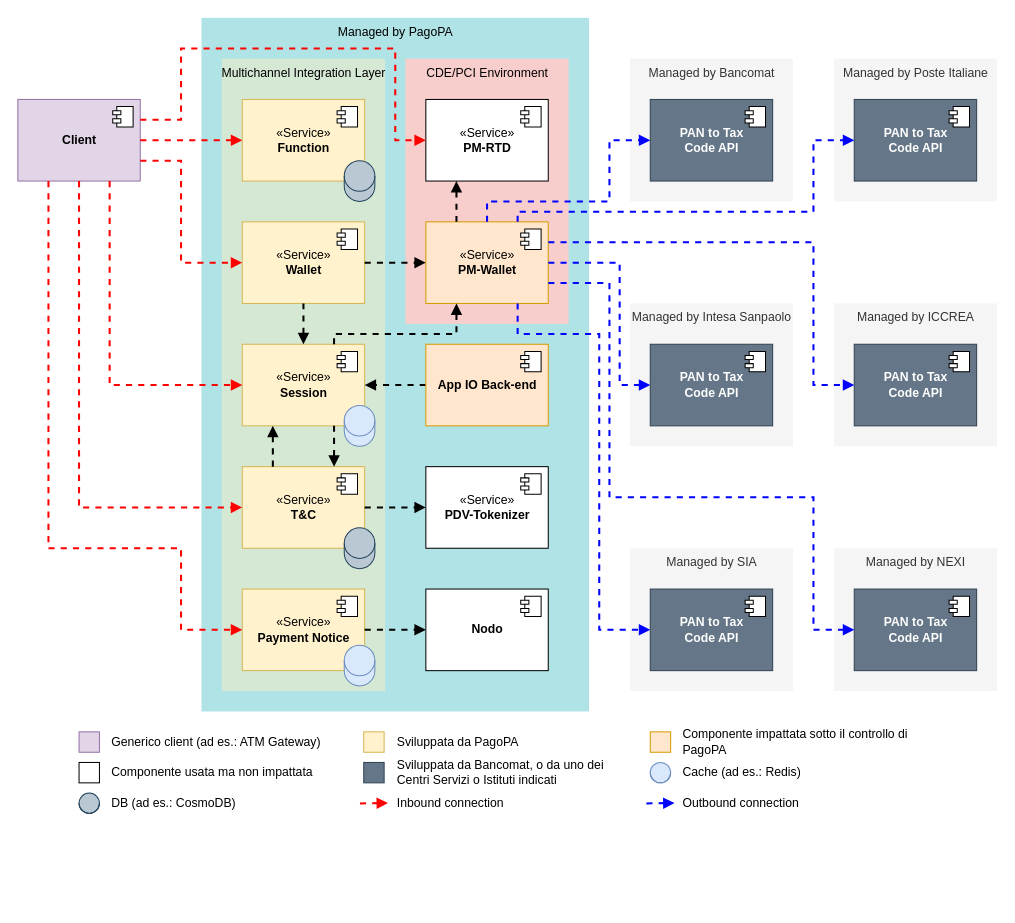
antoniotarricone/mil-apis keeps this draw.io diagram as component_diags/components.drawio. Above is the earlier version. Source tidied: cells renumbered, new cells numbered last; positions are measured from the earlier drawing's top-left corner, leaving out a move shared by most shapes. Both pictures are drawn from the tidied source at 102%, with x=0, y=0 at pixel (17, 17).
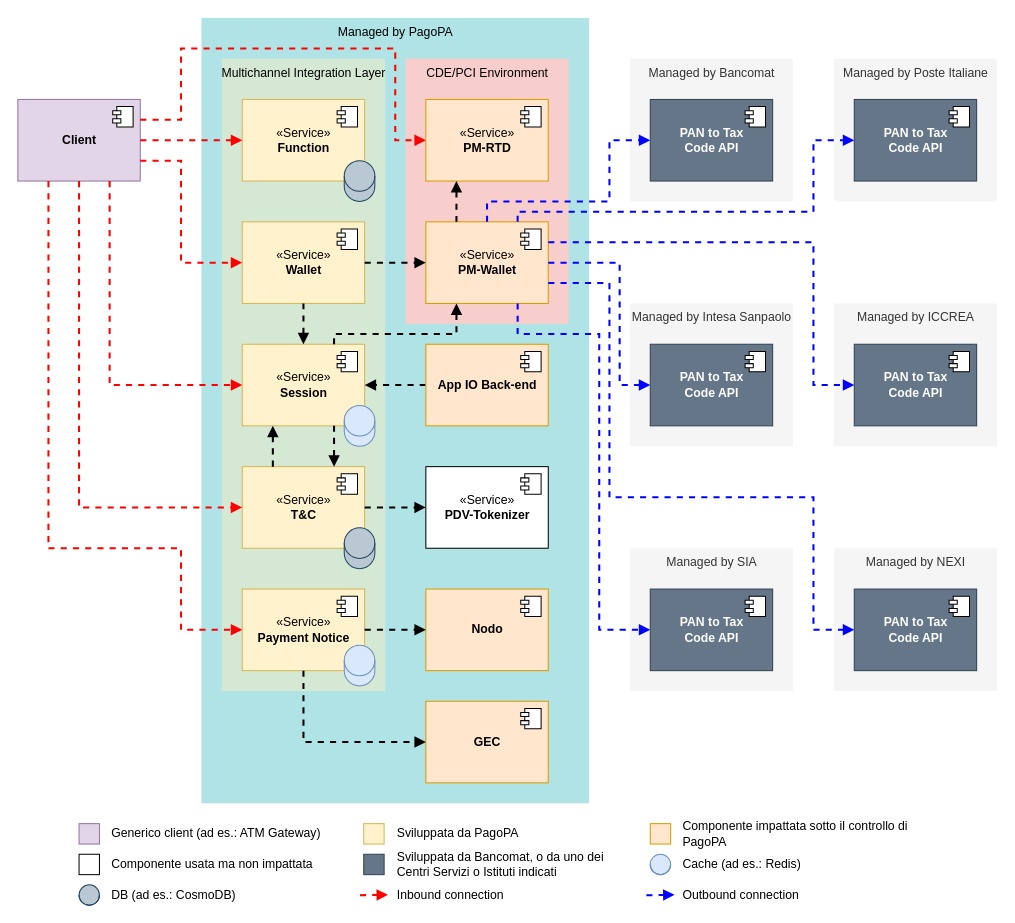
The same diagram, later.

The change refers to these unchanged cells:
```xml
<mxCell id="11" value="«Service»&lt;br&gt;&lt;b&gt;Payment Notice&lt;/b&gt;" style="html=1;fillColor=#fff2cc;strokeColor=#d6b656;" parent="1" vertex="1">
  <mxGeometry x="220" y="560" width="120" height="80" as="geometry" />
</mxCell>
```

Diff of the diagram source:
```diff
@@
     <mxCell id="4" value="Managed by PagoPA" style="html=1;fontStyle=0;verticalAlign=top;fillColor=#b0e3e6;strokeColor=none;strokeWidth=3;" parent="1" vertex="1">
-      <mxGeometry x="180" width="380" height="680" as="geometry" />
+      <mxGeometry x="180" width="380" height="770" as="geometry" />
     </mxCell>
@@
-    <mxCell id="30" value="&lt;b&gt;Nodo&lt;/b&gt;" style="html=1;" parent="1" vertex="1">
+    <mxCell id="30" value="&lt;b&gt;Nodo&lt;/b&gt;" style="html=1;fillColor=#ffe6cc;strokeColor=#d79b00;" parent="1" vertex="1">
       <mxGeometry x="400" y="560" width="120" height="80" as="geometry" />
     </mxCell>
@@
     <mxCell id="32" style="rounded=0;whiteSpace=wrap;html=1;fillColor=#e1d5e7;strokeColor=#9673a6;" parent="1" vertex="1">
-      <mxGeometry x="60" y="700" width="20" height="20" as="geometry" />
+      <mxGeometry x="60" y="790" width="20" height="20" as="geometry" />
     </mxCell>
     <mxCell id="33" style="rounded=0;whiteSpace=wrap;html=1;fillColor=#fff2cc;strokeColor=#d6b656;" parent="1" vertex="1">
-      <mxGeometry x="339.1" y="700" width="20" height="20" as="geometry" />
+      <mxGeometry x="339.1" y="790" width="20" height="20" as="geometry" />
     </mxCell>
     <mxCell id="34" style="rounded=0;whiteSpace=wrap;html=1;fillColor=#ffe6cc;strokeColor=#d79b00;" parent="1" vertex="1">
-      <mxGeometry x="620" y="700" width="20" height="20" as="geometry" />
+      <mxGeometry x="620" y="790" width="20" height="20" as="geometry" />
     </mxCell>
     <mxCell id="35" style="rounded=0;whiteSpace=wrap;html=1;" parent="1" vertex="1">
-      <mxGeometry x="60" y="730" width="20" height="20" as="geometry" />
+      <mxGeometry x="60" y="820" width="20" height="20" as="geometry" />
     </mxCell>
     <mxCell id="36" style="rounded=0;whiteSpace=wrap;html=1;fillColor=#647687;fontColor=#ffffff;strokeColor=#314354;" parent="1" vertex="1">
-      <mxGeometry x="339.1" y="730" width="20" height="20" as="geometry" />
+      <mxGeometry x="339.1" y="820" width="20" height="20" as="geometry" />
     </mxCell>
     <mxCell id="37" value="Generico client (ad es.: ATM Gateway)" style="rounded=0;whiteSpace=wrap;html=1;fillColor=none;strokeColor=none;align=left;" parent="1" vertex="1">
-      <mxGeometry x="90" y="700" width="240" height="20" as="geometry" />
+      <mxGeometry x="90" y="790" width="240" height="20" as="geometry" />
     </mxCell>
     <mxCell id="38" value="Sviluppata da PagoPA" style="rounded=0;whiteSpace=wrap;html=1;fillColor=none;strokeColor=none;align=left;" parent="1" vertex="1">
-      <mxGeometry x="370" y="700" width="240" height="20" as="geometry" />
+      <mxGeometry x="370" y="790" width="240" height="20" as="geometry" />
     </mxCell>
     <mxCell id="39" value="Componente impattata sotto il controllo di PagoPA" style="rounded=0;whiteSpace=wrap;html=1;fillColor=none;strokeColor=none;align=left;" parent="1" vertex="1">
-      <mxGeometry x="650" y="700" width="240" height="20" as="geometry" />
+      <mxGeometry x="650" y="790" width="240" height="20" as="geometry" />
     </mxCell>
     <mxCell id="40" value="Componente usata ma non impattata" style="rounded=0;whiteSpace=wrap;html=1;fillColor=none;strokeColor=none;align=left;" parent="1" vertex="1">
-      <mxGeometry x="90" y="730" width="240" height="20" as="geometry" />
+      <mxGeometry x="90" y="820" width="240" height="20" as="geometry" />
     </mxCell>
     <mxCell id="41" value="Sviluppata da Bancomat, o da uno dei Centri Servizi o Istituti indicati" style="rounded=0;whiteSpace=wrap;html=1;fillColor=none;strokeColor=none;align=left;" parent="1" vertex="1">
-      <mxGeometry x="370" y="730" width="240" height="20" as="geometry" />
+      <mxGeometry x="370" y="820" width="240" height="20" as="geometry" />
     </mxCell>
@@
-    <mxCell id="47" value="«Service»&lt;br&gt;&lt;b&gt;PM-RTD&lt;/b&gt;" style="html=1;" parent="1" vertex="1">
+    <mxCell id="47" value="«Service»&lt;br&gt;&lt;b&gt;PM-RTD&lt;/b&gt;" style="html=1;fillColor=#ffe6cc;strokeColor=#d79b00;" parent="1" vertex="1">
       <mxGeometry x="400" y="80" width="120" height="80" as="geometry" />
     </mxCell>
@@
     <mxCell id="68" style="endArrow=block;html=1;rounded=0;endFill=1;strokeWidth=2;dashed=1;fillColor=#e51400;strokeColor=#FF0000;" parent="1" edge="1">
       <mxGeometry relative="1" as="geometry">
-        <mxPoint x="335.4" y="770.2" as="sourcePoint" />
-        <mxPoint x="362.9" y="769.7" as="targetPoint" />
+        <mxPoint x="335.4" y="860.2" as="sourcePoint" />
+        <mxPoint x="362.9" y="859.7" as="targetPoint" />
       </mxGeometry>
     </mxCell>
     <mxCell id="69" value="Inbound connection" style="rounded=0;whiteSpace=wrap;html=1;fillColor=none;strokeColor=none;align=left;" parent="1" vertex="1">
-      <mxGeometry x="370" y="760" width="240" height="20" as="geometry" />
+      <mxGeometry x="370" y="850" width="240" height="20" as="geometry" />
     </mxCell>
     <mxCell id="70" style="endArrow=block;html=1;rounded=0;endFill=1;strokeWidth=2;dashed=1;fillColor=#e51400;strokeColor=#0000FF;" parent="1" edge="1">
       <mxGeometry relative="1" as="geometry">
-        <mxPoint x="616.2" y="770.2" as="sourcePoint" />
-        <mxPoint x="643.8" y="769.7" as="targetPoint" />
+        <mxPoint x="616.2" y="860.2" as="sourcePoint" />
+        <mxPoint x="643.8" y="859.7" as="targetPoint" />
       </mxGeometry>
     </mxCell>
     <mxCell id="71" value="Outbound connection" style="rounded=0;whiteSpace=wrap;html=1;fillColor=none;strokeColor=none;align=left;" parent="1" vertex="1">
-      <mxGeometry x="650" y="760" width="240" height="20" as="geometry" />
+      <mxGeometry x="650" y="850" width="240" height="20" as="geometry" />
     </mxCell>
@@
     <mxCell id="84" style="shape=cylinder3;whiteSpace=wrap;html=1;boundedLbl=1;backgroundOutline=1;size=15;fillColor=#dae8fc;strokeColor=#6c8ebf;" parent="1" vertex="1">
-      <mxGeometry x="620" y="730" width="20" height="20" as="geometry" />
+      <mxGeometry x="620" y="820" width="20" height="20" as="geometry" />
     </mxCell>
     <mxCell id="85" value="Cache (ad es.: Redis)" style="rounded=0;whiteSpace=wrap;html=1;fillColor=none;strokeColor=none;align=left;" parent="1" vertex="1">
-      <mxGeometry x="650" y="730" width="240" height="20" as="geometry" />
+      <mxGeometry x="650" y="820" width="240" height="20" as="geometry" />
     </mxCell>
     <mxCell id="86" style="shape=cylinder3;whiteSpace=wrap;html=1;boundedLbl=1;backgroundOutline=1;size=15;fillColor=#bac8d3;strokeColor=#23445d;" parent="1" vertex="1">
-      <mxGeometry x="60" y="760" width="20" height="20" as="geometry" />
+      <mxGeometry x="60" y="850" width="20" height="20" as="geometry" />
     </mxCell>
     <mxCell id="87" value="DB (ad es.: CosmoDB)" style="rounded=0;whiteSpace=wrap;html=1;fillColor=none;strokeColor=none;align=left;" parent="1" vertex="1">
-      <mxGeometry x="90" y="760" width="240" height="20" as="geometry" />
+      <mxGeometry x="90" y="850" width="240" height="20" as="geometry" />
     </mxCell>
+    <mxCell id="88" value="&lt;b&gt;GEC&lt;/b&gt;" style="html=1;fillColor=#ffe6cc;strokeColor=#d79b00;" parent="1" vertex="1">
+      <mxGeometry x="400" y="670" width="120" height="80" as="geometry" />
+    </mxCell>
+    <mxCell id="89" style="shape=module;jettyWidth=8;jettyHeight=4;" parent="88" vertex="1">
+      <mxGeometry x="1" width="20" height="20" relative="1" as="geometry">
+        <mxPoint x="-27" y="7" as="offset" />
+      </mxGeometry>
+    </mxCell>
+    <mxCell id="90" style="endArrow=block;html=1;rounded=0;endFill=1;strokeWidth=2;dashed=1;exitX=0.5;exitY=1;exitDx=0;exitDy=0;entryX=0;entryY=0.5;entryDx=0;entryDy=0;edgeStyle=orthogonalEdgeStyle;" parent="1" edge="1" source="11" target="88">
+      <mxGeometry relative="1" as="geometry" />
+    </mxCell>
```
